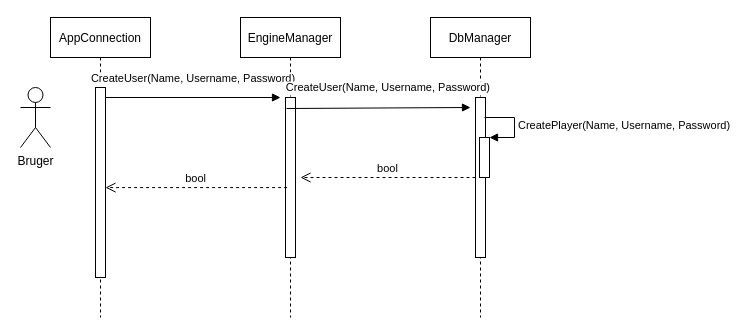
Above: Diagrammer/Filer/Sekvens/CreatePlayer SD.drawio in Olivervesth/KortKlubben (draw.io), before the change. Source tidied: cells renumbered, new cells numbered last; positions are measured from the earlier drawing's top-left corner, leaving out a move shared by most shapes. Both pictures are drawn from the tidied source at 100%, with x=0, y=0 at pixel (20, 17).
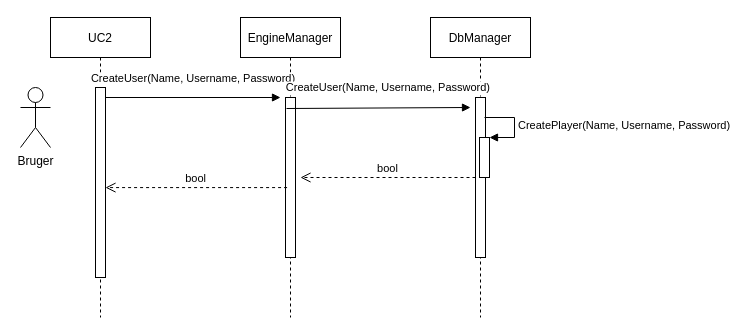
The same page after the edit.

What changed in the source:
```diff
@@
 <mxGraphModel>
   <root>
     <mxCell id="0" />
     <mxCell id="1" parent="0" />
-    <mxCell id="2" value="AppConnection" style="shape=umlLifeline;perimeter=lifelinePerimeter;rounded=0;shadow=0;strokeWidth=1;" parent="1" vertex="1">
+    <mxCell id="2" value="UC2" style="shape=umlLifeline;perimeter=lifelinePerimeter;rounded=0;shadow=0;strokeWidth=1;" parent="1" vertex="1">
       <mxGeometry x="30" width="100" height="300" as="geometry" />
     </mxCell>
     <mxCell id="3" style="points=[];perimeter=orthogonalPerimeter;rounded=0;shadow=0;strokeWidth=1;" parent="2" vertex="1">
       <mxGeometry x="45" y="70" width="10" height="190" as="geometry" />
     </mxCell>
     <mxCell id="4" value="EngineManager" style="shape=umlLifeline;perimeter=lifelinePerimeter;rounded=0;shadow=0;strokeWidth=1;" parent="1" vertex="1">
       <mxGeometry x="220" width="100" height="300" as="geometry" />
     </mxCell>
     <mxCell id="5" style="points=[];perimeter=orthogonalPerimeter;rounded=0;shadow=0;strokeWidth=1;" parent="4" vertex="1">
       <mxGeometry x="45" y="80" width="10" height="160" as="geometry" />
     </mxCell>
     <mxCell id="6" value="bool" style="verticalAlign=bottom;endArrow=open;dashed=1;endSize=8;shadow=0;strokeWidth=1;exitX=0.159;exitY=0.563;exitDx=0;exitDy=0;exitPerimeter=0;" parent="1" edge="1" source="5" target="3">
       <mxGeometry relative="1" as="geometry" />
     </mxCell>
     <mxCell id="7" value="CreateUser(Name, Username, Password)" style="verticalAlign=bottom;endArrow=block;shadow=0;strokeWidth=1;" parent="1" edge="1" source="3">
       <mxGeometry y="10" relative="1" as="geometry">
         <mxPoint x="260" y="80" as="targetPoint" />
       </mxGeometry>
     </mxCell>
     <mxCell id="8" value="DbManager" style="shape=umlLifeline;perimeter=lifelinePerimeter;rounded=0;shadow=0;strokeWidth=1;" parent="1" vertex="1">
       <mxGeometry x="410" width="100" height="300" as="geometry" />
     </mxCell>
     <mxCell id="9" style="points=[];perimeter=orthogonalPerimeter;rounded=0;shadow=0;strokeWidth=1;" parent="8" vertex="1">
       <mxGeometry x="45" y="80" width="10" height="160" as="geometry" />
     </mxCell>
     <mxCell id="10" style="html=1;points=[];perimeter=orthogonalPerimeter;" parent="8" vertex="1">
       <mxGeometry x="49" y="120" width="10" height="40" as="geometry" />
     </mxCell>
     <mxCell id="11" value="CreatePlayer(Name, Username, Password)" style="edgeStyle=orthogonalEdgeStyle;html=1;align=left;spacingLeft=2;endArrow=block;rounded=0;entryX=1;entryY=0;" parent="8" edge="1" target="10">
       <mxGeometry relative="1" as="geometry">
         <mxPoint x="54" y="100" as="sourcePoint" />
         <Array as="points">
           <mxPoint x="84" y="100" />
         </Array>
       </mxGeometry>
     </mxCell>
     <mxCell id="12" value="Bruger" style="shape=umlActor;verticalLabelPosition=bottom;verticalAlign=top;html=1;" parent="1" vertex="1">
       <mxGeometry y="70" width="30" height="60" as="geometry" />
     </mxCell>
     <mxCell id="13" value="CreateUser(Name, Username, Password)" style="verticalAlign=bottom;endArrow=block;shadow=0;strokeWidth=1;" parent="1" edge="1">
       <mxGeometry x="0.11" y="11" relative="1" as="geometry">
         <mxPoint x="266" y="91" as="sourcePoint" />
         <mxPoint x="450" y="90" as="targetPoint" />
       </mxGeometry>
     </mxCell>
     <mxCell id="14" value="bool" style="html=1;verticalAlign=bottom;endArrow=open;dashed=1;endSize=8;rounded=0;" parent="1" edge="1" source="9">
       <mxGeometry relative="1" as="geometry">
         <mxPoint x="280" y="160" as="targetPoint" />
       </mxGeometry>
     </mxCell>
   </root>
 </mxGraphModel>
```
